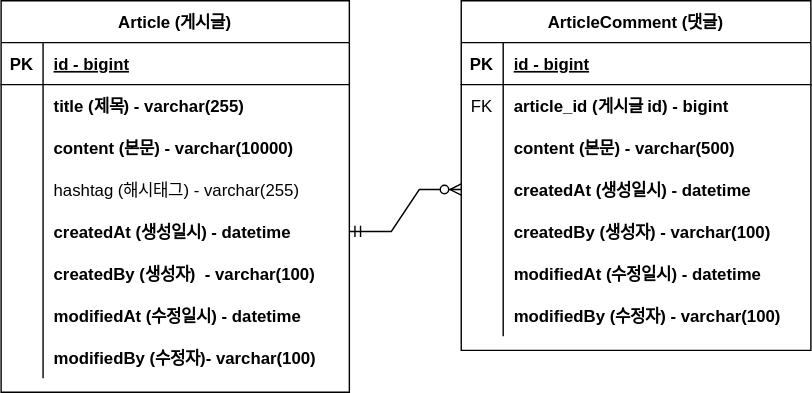
Before: document/project-board-erd.svg, a diagram exported from draw.io (geeks-lab/fastcampus-project-board). Source tidied: cells renumbered, new cells last; positions are measured from the earlier drawing's top-left corner, leaving out a move shared by most shapes.
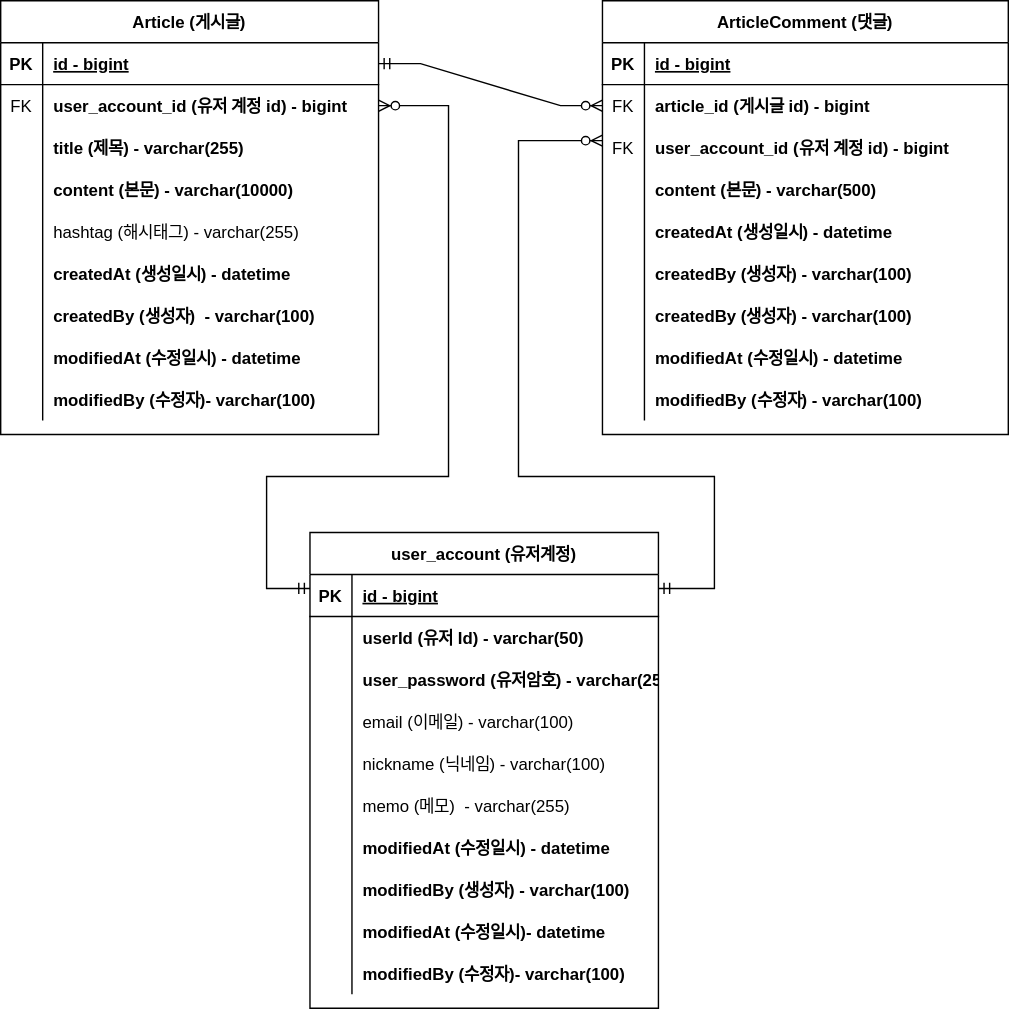
After the change.

Commit message:
#19 - project-board-erd.svg 업데이트(유저계정테이블추가)

The edit, as a diff of the source:
```diff
@@ -5,6 +5,6 @@
     <mxCell id="2" value="Article (게시글)" style="shape=table;startSize=30;rowLines=0;fontStyle=1;align=center;" parent="1" vertex="1">
-      <mxGeometry width="249" height="280" as="geometry" />
+      <mxGeometry x="-41" width="270" height="310" as="geometry" />
     </mxCell>
     <mxCell id="3" style="shape=partialRectangle;fillColor=none;points=[[0,0.5],[1,0.5]];portConstraint=eastwest;top=0;left=0;right=0;bottom=1;" parent="2" vertex="1">
-      <mxGeometry y="30" width="249" height="30" as="geometry" />
+      <mxGeometry y="30" width="270" height="30" as="geometry" />
     </mxCell>
@@ -14,6 +14,6 @@
     <mxCell id="5" value="id - bigint" style="shape=partialRectangle;overflow=hidden;fillColor=none;top=0;left=0;bottom=0;right=0;align=left;spacingLeft=6;fontStyle=5;" parent="3" vertex="1">
-      <mxGeometry x="30" width="219" height="30" as="geometry" />
+      <mxGeometry x="30" width="240" height="30" as="geometry" />
     </mxCell>
     <mxCell id="6" style="shape=partialRectangle;fillColor=none;points=[[0,0.5],[1,0.5]];portConstraint=eastwest;top=0;left=0;right=0;bottom=0;" parent="2" vertex="1">
-      <mxGeometry y="60" width="249" height="30" as="geometry" />
+      <mxGeometry y="60" width="270" height="30" as="geometry" />
     </mxCell>
@@ -22,7 +22,16 @@
     </mxCell>
-    <mxCell id="8" value="title (제목) - varchar(255)" style="shape=partialRectangle;overflow=hidden;fillColor=none;top=0;left=0;bottom=0;right=0;align=left;spacingLeft=6;fontStyle=1;" parent="6" vertex="1">
-      <mxGeometry x="30" width="219" height="30" as="geometry" />
+    <mxCell id="8" value="user_account_id (유저 계정 id) - bigint" style="shape=partialRectangle;overflow=hidden;fillColor=none;top=0;left=0;bottom=0;right=0;align=left;spacingLeft=6;fontStyle=1;" parent="6" vertex="1">
+      <mxGeometry x="30" width="240" height="30" as="geometry" />
     </mxCell>
+    <mxCell id="50" style="shape=partialRectangle;fillColor=none;top=0;left=0;right=0;bottom=0;" parent="2" vertex="1">
+      <mxGeometry y="90" width="270" height="30" as="geometry" />
+    </mxCell>
+    <mxCell id="51" style="shape=partialRectangle;overflow=hidden;fillColor=none;top=0;left=0;bottom=0;right=0;" parent="50" vertex="1">
+      <mxGeometry width="30" height="30" as="geometry" />
+    </mxCell>
+    <mxCell id="52" value="title (제목) - varchar(255)" style="shape=partialRectangle;overflow=hidden;fillColor=none;top=0;left=0;bottom=0;right=0;align=left;spacingLeft=6;fontStyle=1;" parent="50" vertex="1">
+      <mxGeometry x="30" width="240" height="30" as="geometry" />
+    </mxCell>
     <mxCell id="9" style="shape=partialRectangle;fillColor=none;top=0;left=0;right=0;bottom=0;" parent="2" vertex="1">
-      <mxGeometry y="90" width="249" height="30" as="geometry" />
+      <mxGeometry y="120" width="270" height="30" as="geometry" />
     </mxCell>
@@ -32,6 +41,6 @@
     <mxCell id="11" value="content (본문) - varchar(10000)" style="shape=partialRectangle;overflow=hidden;fillColor=none;top=0;left=0;bottom=0;right=0;align=left;spacingLeft=6;fontStyle=1;" parent="9" vertex="1">
-      <mxGeometry x="30" width="219" height="30" as="geometry" />
+      <mxGeometry x="30" width="240" height="30" as="geometry" />
     </mxCell>
     <mxCell id="12" style="shape=partialRectangle;fillColor=none;top=0;left=0;right=0;bottom=0;" parent="2" vertex="1">
-      <mxGeometry y="120" width="249" height="30" as="geometry" />
+      <mxGeometry y="150" width="270" height="30" as="geometry" />
     </mxCell>
@@ -41,6 +50,6 @@
     <mxCell id="14" value="hashtag (해시태그) - varchar(255)" style="shape=partialRectangle;overflow=hidden;fillColor=none;top=0;left=0;bottom=0;right=0;align=left;spacingLeft=6;" parent="12" vertex="1">
-      <mxGeometry x="30" width="219" height="30" as="geometry" />
+      <mxGeometry x="30" width="240" height="30" as="geometry" />
     </mxCell>
     <mxCell id="15" style="shape=partialRectangle;fillColor=none;points=[[0,0.5],[1,0.5]];portConstraint=eastwest;top=0;left=0;right=0;bottom=0;" parent="2" vertex="1">
-      <mxGeometry y="150" width="249" height="30" as="geometry" />
+      <mxGeometry y="180" width="270" height="30" as="geometry" />
     </mxCell>
@@ -50,6 +59,6 @@
     <mxCell id="17" value="createdAt (생성일시) - datetime" style="shape=partialRectangle;overflow=hidden;fillColor=none;top=0;left=0;bottom=0;right=0;align=left;spacingLeft=6;fontStyle=1;" parent="15" vertex="1">
-      <mxGeometry x="30" width="219" height="30" as="geometry" />
+      <mxGeometry x="30" width="240" height="30" as="geometry" />
     </mxCell>
     <mxCell id="18" style="shape=partialRectangle;fillColor=none;top=0;left=0;right=0;bottom=0;" parent="2" vertex="1">
-      <mxGeometry y="180" width="249" height="30" as="geometry" />
+      <mxGeometry y="210" width="270" height="30" as="geometry" />
     </mxCell>
@@ -59,6 +68,6 @@
     <mxCell id="20" value="createdBy (생성자)  - varchar(100)" style="shape=partialRectangle;overflow=hidden;fillColor=none;top=0;left=0;bottom=0;right=0;align=left;spacingLeft=6;fontStyle=1;" parent="18" vertex="1">
-      <mxGeometry x="30" width="219" height="30" as="geometry" />
+      <mxGeometry x="30" width="240" height="30" as="geometry" />
     </mxCell>
     <mxCell id="21" style="shape=partialRectangle;fillColor=none;top=0;left=0;right=0;bottom=0;" parent="2" vertex="1">
-      <mxGeometry y="210" width="249" height="30" as="geometry" />
+      <mxGeometry y="240" width="270" height="30" as="geometry" />
     </mxCell>
@@ -68,6 +77,6 @@
     <mxCell id="23" value="modifiedAt (수정일시) - datetime" style="shape=partialRectangle;overflow=hidden;fillColor=none;top=0;left=0;bottom=0;right=0;align=left;spacingLeft=6;fontStyle=1;" parent="21" vertex="1">
-      <mxGeometry x="30" width="219" height="30" as="geometry" />
+      <mxGeometry x="30" width="240" height="30" as="geometry" />
     </mxCell>
     <mxCell id="24" style="shape=partialRectangle;fillColor=none;top=0;left=0;right=0;bottom=0;" parent="2" vertex="1">
-      <mxGeometry y="240" width="249" height="30" as="geometry" />
+      <mxGeometry y="270" width="270" height="30" as="geometry" />
     </mxCell>
@@ -77,9 +86,9 @@
     <mxCell id="26" value="modifiedBy (수정자)- varchar(100)" style="shape=partialRectangle;overflow=hidden;fillColor=none;top=0;left=0;bottom=0;right=0;align=left;spacingLeft=6;fontStyle=1;" parent="24" vertex="1">
-      <mxGeometry x="30" width="219" height="30" as="geometry" />
+      <mxGeometry x="30" width="240" height="30" as="geometry" />
     </mxCell>
     <mxCell id="27" value="ArticleComment (댓글)" style="shape=table;startSize=30;rowLines=0;fontStyle=1;align=center;" parent="1" vertex="1">
-      <mxGeometry x="329" width="250" height="250" as="geometry" />
+      <mxGeometry x="389" width="290" height="310" as="geometry" />
     </mxCell>
     <mxCell id="28" style="shape=partialRectangle;fillColor=none;top=0;left=0;right=0;bottom=1;" parent="27" vertex="1">
-      <mxGeometry y="30" width="250" height="30" as="geometry" />
+      <mxGeometry y="30" width="290" height="30" as="geometry" />
     </mxCell>
@@ -89,6 +98,6 @@
     <mxCell id="30" value="id - bigint" style="shape=partialRectangle;overflow=hidden;fillColor=none;top=0;left=0;bottom=0;right=0;align=left;spacingLeft=6;fontStyle=5;" parent="28" vertex="1">
-      <mxGeometry x="30" width="220" height="30" as="geometry" />
+      <mxGeometry x="30" width="260" height="30" as="geometry" />
     </mxCell>
     <mxCell id="31" style="shape=partialRectangle;fillColor=none;points=[[0,0.5],[1,0.5]];portConstraint=eastwest;top=0;left=0;right=0;bottom=0;" parent="27" vertex="1">
-      <mxGeometry y="60" width="250" height="30" as="geometry" />
+      <mxGeometry y="60" width="290" height="30" as="geometry" />
     </mxCell>
@@ -98,6 +107,15 @@
     <mxCell id="33" value="article_id (게시글 id) - bigint" style="shape=partialRectangle;overflow=hidden;fillColor=none;top=0;left=0;bottom=0;right=0;align=left;spacingLeft=6;fontStyle=1;" parent="31" vertex="1">
-      <mxGeometry x="30" width="220" height="30" as="geometry" />
+      <mxGeometry x="30" width="260" height="30" as="geometry" />
     </mxCell>
+    <mxCell id="53" style="shape=partialRectangle;fillColor=none;top=0;left=0;right=0;bottom=0;" parent="27" vertex="1">
+      <mxGeometry y="90" width="290" height="30" as="geometry" />
+    </mxCell>
+    <mxCell id="54" value="FK" style="shape=partialRectangle;overflow=hidden;fillColor=none;top=0;left=0;bottom=0;right=0;" parent="53" vertex="1">
+      <mxGeometry width="30" height="30" as="geometry" />
+    </mxCell>
+    <mxCell id="55" value="user_account_id (유저 계정 id) - bigint" style="shape=partialRectangle;overflow=hidden;fillColor=none;top=0;left=0;bottom=0;right=0;align=left;spacingLeft=6;fontStyle=1;" parent="53" vertex="1">
+      <mxGeometry x="30" width="260" height="30" as="geometry" />
+    </mxCell>
     <mxCell id="34" style="shape=partialRectangle;fillColor=none;top=0;left=0;right=0;bottom=0;" parent="27" vertex="1">
-      <mxGeometry y="90" width="250" height="30" as="geometry" />
+      <mxGeometry y="120" width="290" height="30" as="geometry" />
     </mxCell>
@@ -107,6 +125,6 @@
     <mxCell id="36" value="content (본문) - varchar(500)" style="shape=partialRectangle;overflow=hidden;fillColor=none;top=0;left=0;bottom=0;right=0;align=left;spacingLeft=6;fontStyle=1;" parent="34" vertex="1">
-      <mxGeometry x="30" width="220" height="30" as="geometry" />
+      <mxGeometry x="30" width="260" height="30" as="geometry" />
     </mxCell>
     <mxCell id="37" style="shape=partialRectangle;fillColor=none;points=[[0,0.5],[1,0.5]];portConstraint=eastwest;top=0;left=0;right=0;bottom=0;" parent="27" vertex="1">
-      <mxGeometry y="120" width="250" height="30" as="geometry" />
+      <mxGeometry y="150" width="290" height="30" as="geometry" />
     </mxCell>
@@ -116,6 +134,15 @@
     <mxCell id="39" value="createdAt (생성일시) - datetime" style="shape=partialRectangle;overflow=hidden;fillColor=none;top=0;left=0;bottom=0;right=0;align=left;spacingLeft=6;fontStyle=1;" parent="37" vertex="1">
-      <mxGeometry x="30" width="220" height="30" as="geometry" />
+      <mxGeometry x="30" width="260" height="30" as="geometry" />
     </mxCell>
+    <mxCell id="56" style="shape=partialRectangle;fillColor=none;top=0;left=0;right=0;bottom=0;" parent="27" vertex="1">
+      <mxGeometry y="180" width="290" height="30" as="geometry" />
+    </mxCell>
+    <mxCell id="57" style="shape=partialRectangle;overflow=hidden;fillColor=none;top=0;left=0;bottom=0;right=0;" parent="56" vertex="1">
+      <mxGeometry width="30" height="30" as="geometry" />
+    </mxCell>
+    <mxCell id="58" value="createdBy (생성자) - varchar(100)" style="shape=partialRectangle;overflow=hidden;fillColor=none;top=0;left=0;bottom=0;right=0;align=left;spacingLeft=6;fontStyle=1;" parent="56" vertex="1">
+      <mxGeometry x="30" width="260" height="30" as="geometry" />
+    </mxCell>
     <mxCell id="40" style="shape=partialRectangle;fillColor=none;top=0;left=0;right=0;bottom=0;" parent="27" vertex="1">
-      <mxGeometry y="150" width="250" height="30" as="geometry" />
+      <mxGeometry y="210" width="290" height="30" as="geometry" />
     </mxCell>
@@ -125,6 +152,6 @@
     <mxCell id="42" value="createdBy (생성자) - varchar(100)" style="shape=partialRectangle;overflow=hidden;fillColor=none;top=0;left=0;bottom=0;right=0;align=left;spacingLeft=6;fontStyle=1;" parent="40" vertex="1">
-      <mxGeometry x="30" width="220" height="30" as="geometry" />
+      <mxGeometry x="30" width="260" height="30" as="geometry" />
     </mxCell>
     <mxCell id="43" style="shape=partialRectangle;fillColor=none;top=0;left=0;right=0;bottom=0;" parent="27" vertex="1">
-      <mxGeometry y="180" width="250" height="30" as="geometry" />
+      <mxGeometry y="240" width="290" height="30" as="geometry" />
     </mxCell>
@@ -134,6 +161,6 @@
     <mxCell id="45" value="modifiedAt (수정일시) - datetime" style="shape=partialRectangle;overflow=hidden;fillColor=none;top=0;left=0;bottom=0;right=0;align=left;spacingLeft=6;fontStyle=1;" parent="43" vertex="1">
-      <mxGeometry x="30" width="220" height="30" as="geometry" />
+      <mxGeometry x="30" width="260" height="30" as="geometry" />
     </mxCell>
     <mxCell id="46" style="shape=partialRectangle;fillColor=none;top=0;left=0;right=0;bottom=0;" parent="27" vertex="1">
-      <mxGeometry y="210" width="250" height="30" as="geometry" />
+      <mxGeometry y="270" width="290" height="30" as="geometry" />
     </mxCell>
@@ -143,7 +170,125 @@
     <mxCell id="48" value="modifiedBy (수정자) - varchar(100)" style="shape=partialRectangle;overflow=hidden;fillColor=none;top=0;left=0;bottom=0;right=0;align=left;spacingLeft=6;fontStyle=1;" parent="46" vertex="1">
-      <mxGeometry x="30" width="220" height="30" as="geometry" />
+      <mxGeometry x="30" width="260" height="30" as="geometry" />
     </mxCell>
-    <mxCell id="49" style="edgeStyle=entityRelationEdgeStyle;fontSize=12;html=1;endArrow=ERzeroToMany;startArrow=ERmandOne;rounded=0;exitX=1;exitY=0.5;exitDx=0;exitDy=0;entryX=0;entryY=0.5;entryDx=0;entryDy=0;" parent="1" edge="1" source="15" target="37">
+    <mxCell id="49" style="edgeStyle=entityRelationEdgeStyle;fontSize=12;html=1;endArrow=ERzeroToMany;startArrow=ERmandOne;rounded=0;exitX=1;exitY=0.5;exitDx=0;exitDy=0;entryX=0;entryY=0.5;entryDx=0;entryDy=0;" parent="1" edge="1" source="3" target="31">
       <mxGeometry relative="1" as="geometry" />
     </mxCell>
+    <mxCell id="59" value="user_account (유저계정)" style="shape=table;startSize=30;rowLines=0;fontStyle=1;align=center;" parent="1" vertex="1">
+      <mxGeometry x="180" y="380" width="249" height="340" as="geometry" />
+    </mxCell>
+    <mxCell id="60" style="shape=partialRectangle;fillColor=none;top=0;left=0;right=0;bottom=1;" parent="59" vertex="1">
+      <mxGeometry y="30" width="249" height="30" as="geometry" />
+    </mxCell>
+    <mxCell id="61" value="PK" style="shape=partialRectangle;overflow=hidden;fillColor=none;top=0;left=0;bottom=0;right=0;fontStyle=1;" parent="60" vertex="1">
+      <mxGeometry width="30" height="30" as="geometry" />
+    </mxCell>
+    <mxCell id="62" value="id - bigint" style="shape=partialRectangle;overflow=hidden;fillColor=none;top=0;left=0;bottom=0;right=0;align=left;spacingLeft=6;fontStyle=5;" parent="60" vertex="1">
+      <mxGeometry x="30" width="219" height="30" as="geometry" />
+    </mxCell>
+    <mxCell id="63" style="shape=partialRectangle;fillColor=none;top=0;left=0;right=0;bottom=0;" parent="59" vertex="1">
+      <mxGeometry y="60" width="249" height="30" as="geometry" />
+    </mxCell>
+    <mxCell id="64" style="shape=partialRectangle;overflow=hidden;fillColor=none;top=0;left=0;bottom=0;right=0;" parent="63" vertex="1">
+      <mxGeometry width="30" height="30" as="geometry" />
+    </mxCell>
+    <mxCell id="65" value="userId (유저 Id) - varchar(50)" style="shape=partialRectangle;overflow=hidden;fillColor=none;top=0;left=0;bottom=0;right=0;align=left;spacingLeft=6;fontStyle=1;" parent="63" vertex="1">
+      <mxGeometry x="30" width="219" height="30" as="geometry" />
+    </mxCell>
+    <mxCell id="66" style="shape=partialRectangle;fillColor=none;top=0;left=0;right=0;bottom=0;" parent="59" vertex="1">
+      <mxGeometry y="90" width="249" height="30" as="geometry" />
+    </mxCell>
+    <mxCell id="67" style="shape=partialRectangle;overflow=hidden;fillColor=none;top=0;left=0;bottom=0;right=0;" parent="66" vertex="1">
+      <mxGeometry width="30" height="30" as="geometry" />
+    </mxCell>
+    <mxCell id="68" value="user_password (유저암호) - varchar(255)" style="shape=partialRectangle;overflow=hidden;fillColor=none;top=0;left=0;bottom=0;right=0;align=left;spacingLeft=6;fontStyle=1;" parent="66" vertex="1">
+      <mxGeometry x="30" width="219" height="30" as="geometry" />
+    </mxCell>
+    <mxCell id="69" style="shape=partialRectangle;fillColor=none;top=0;left=0;right=0;bottom=0;" parent="59" vertex="1">
+      <mxGeometry y="120" width="249" height="30" as="geometry" />
+    </mxCell>
+    <mxCell id="70" style="shape=partialRectangle;overflow=hidden;fillColor=none;top=0;left=0;bottom=0;right=0;" parent="69" vertex="1">
+      <mxGeometry width="30" height="30" as="geometry" />
+    </mxCell>
+    <mxCell id="71" value="email (이메일) - varchar(100)" style="shape=partialRectangle;overflow=hidden;fillColor=none;top=0;left=0;bottom=0;right=0;align=left;spacingLeft=6;" parent="69" vertex="1">
+      <mxGeometry x="30" width="219" height="30" as="geometry" />
+    </mxCell>
+    <mxCell id="72" style="shape=partialRectangle;fillColor=none;top=0;left=0;right=0;bottom=0;" parent="59" vertex="1">
+      <mxGeometry y="150" width="249" height="30" as="geometry" />
+    </mxCell>
+    <mxCell id="73" style="shape=partialRectangle;overflow=hidden;fillColor=none;top=0;left=0;bottom=0;right=0;" parent="72" vertex="1">
+      <mxGeometry width="30" height="30" as="geometry" />
+    </mxCell>
+    <mxCell id="74" value="nickname (닉네임) - varchar(100)" style="shape=partialRectangle;overflow=hidden;fillColor=none;top=0;left=0;bottom=0;right=0;align=left;spacingLeft=6;fontStyle=0;" parent="72" vertex="1">
+      <mxGeometry x="30" width="219" height="30" as="geometry" />
+    </mxCell>
+    <mxCell id="75" style="shape=partialRectangle;fillColor=none;top=0;left=0;right=0;bottom=0;" parent="59" vertex="1">
+      <mxGeometry y="180" width="249" height="30" as="geometry" />
+    </mxCell>
+    <mxCell id="76" style="shape=partialRectangle;overflow=hidden;fillColor=none;top=0;left=0;bottom=0;right=0;" parent="75" vertex="1">
+      <mxGeometry width="30" height="30" as="geometry" />
+    </mxCell>
+    <mxCell id="77" value="memo (메모)  - varchar(255)" style="shape=partialRectangle;overflow=hidden;fillColor=none;top=0;left=0;bottom=0;right=0;align=left;spacingLeft=6;fontStyle=0;" parent="75" vertex="1">
+      <mxGeometry x="30" width="219" height="30" as="geometry" />
+    </mxCell>
+    <mxCell id="78" style="shape=partialRectangle;fillColor=none;top=0;left=0;right=0;bottom=0;" parent="59" vertex="1">
+      <mxGeometry y="210" width="249" height="30" as="geometry" />
+    </mxCell>
+    <mxCell id="79" style="shape=partialRectangle;overflow=hidden;fillColor=none;top=0;left=0;bottom=0;right=0;" parent="78" vertex="1">
+      <mxGeometry width="30" height="30" as="geometry" />
+    </mxCell>
+    <mxCell id="80" value="modifiedAt (수정일시) - datetime" style="shape=partialRectangle;overflow=hidden;fillColor=none;top=0;left=0;bottom=0;right=0;align=left;spacingLeft=6;fontStyle=1;" parent="78" vertex="1">
+      <mxGeometry x="30" width="219" height="30" as="geometry" />
+    </mxCell>
+    <mxCell id="81" style="shape=partialRectangle;fillColor=none;top=0;left=0;right=0;bottom=0;" parent="59" vertex="1">
+      <mxGeometry y="240" width="249" height="30" as="geometry" />
+    </mxCell>
+    <mxCell id="82" style="shape=partialRectangle;overflow=hidden;fillColor=none;top=0;left=0;bottom=0;right=0;" parent="81" vertex="1">
+      <mxGeometry width="30" height="30" as="geometry" />
+    </mxCell>
+    <mxCell id="83" value="modifiedBy (생성자) - varchar(100)" style="shape=partialRectangle;overflow=hidden;fillColor=none;top=0;left=0;bottom=0;right=0;align=left;spacingLeft=6;fontStyle=1;" parent="81" vertex="1">
+      <mxGeometry x="30" width="219" height="30" as="geometry" />
+    </mxCell>
+    <mxCell id="84" style="shape=partialRectangle;fillColor=none;top=0;left=0;right=0;bottom=0;" parent="59" vertex="1">
+      <mxGeometry y="270" width="249" height="30" as="geometry" />
+    </mxCell>
+    <mxCell id="85" style="shape=partialRectangle;overflow=hidden;fillColor=none;top=0;left=0;bottom=0;right=0;" parent="84" vertex="1">
+      <mxGeometry width="30" height="30" as="geometry" />
+    </mxCell>
+    <mxCell id="86" value="modifiedAt (수정일시)- datetime" style="shape=partialRectangle;overflow=hidden;fillColor=none;top=0;left=0;bottom=0;right=0;align=left;spacingLeft=6;fontStyle=1;" parent="84" vertex="1">
+      <mxGeometry x="30" width="219" height="30" as="geometry" />
+    </mxCell>
+    <mxCell id="87" style="shape=partialRectangle;fillColor=none;top=0;left=0;right=0;bottom=0;" parent="59" vertex="1">
+      <mxGeometry y="300" width="249" height="30" as="geometry" />
+    </mxCell>
+    <mxCell id="88" style="shape=partialRectangle;overflow=hidden;fillColor=none;top=0;left=0;bottom=0;right=0;" parent="87" vertex="1">
+      <mxGeometry width="30" height="30" as="geometry" />
+    </mxCell>
+    <mxCell id="89" value="modifiedBy (수정자)- varchar(100)" style="shape=partialRectangle;overflow=hidden;fillColor=none;top=0;left=0;bottom=0;right=0;align=left;spacingLeft=6;fontStyle=1;" parent="87" vertex="1">
+      <mxGeometry x="30" width="219" height="30" as="geometry" />
+    </mxCell>
+    <mxCell id="90" style="edgeStyle=orthogonalEdgeStyle;fontSize=12;html=1;endArrow=ERzeroToMany;startArrow=ERmandOne;rounded=0;entryX=1;entryY=0.5;entryDx=0;entryDy=0;" parent="1" edge="1" source="59" target="6">
+      <mxGeometry relative="1" as="geometry">
+        <Array as="points">
+          <mxPoint x="149" y="420" />
+          <mxPoint x="149" y="340" />
+          <mxPoint x="279" y="340" />
+          <mxPoint x="279" y="75" />
+        </Array>
+      </mxGeometry>
+    </mxCell>
+    <mxCell id="91" style="edgeStyle=orthogonalEdgeStyle;fontSize=12;html=1;endArrow=ERzeroToMany;startArrow=ERmandOne;rounded=0;" parent="1" edge="1">
+      <mxGeometry relative="1" as="geometry">
+        <mxPoint x="429" y="420" as="sourcePoint" />
+        <mxPoint x="389" y="100" as="targetPoint" />
+        <Array as="points">
+          <mxPoint x="469" y="420" />
+          <mxPoint x="469" y="340" />
+          <mxPoint x="329" y="340" />
+          <mxPoint x="329" y="100" />
+        </Array>
+      </mxGeometry>
+    </mxCell>
+    <mxCell id="92" value="FK" style="shape=partialRectangle;overflow=hidden;fillColor=none;top=0;left=0;bottom=0;right=0;" parent="1" vertex="1">
+      <mxGeometry x="-41" y="60" width="30" height="30" as="geometry" />
+    </mxCell>
   </root>
```
